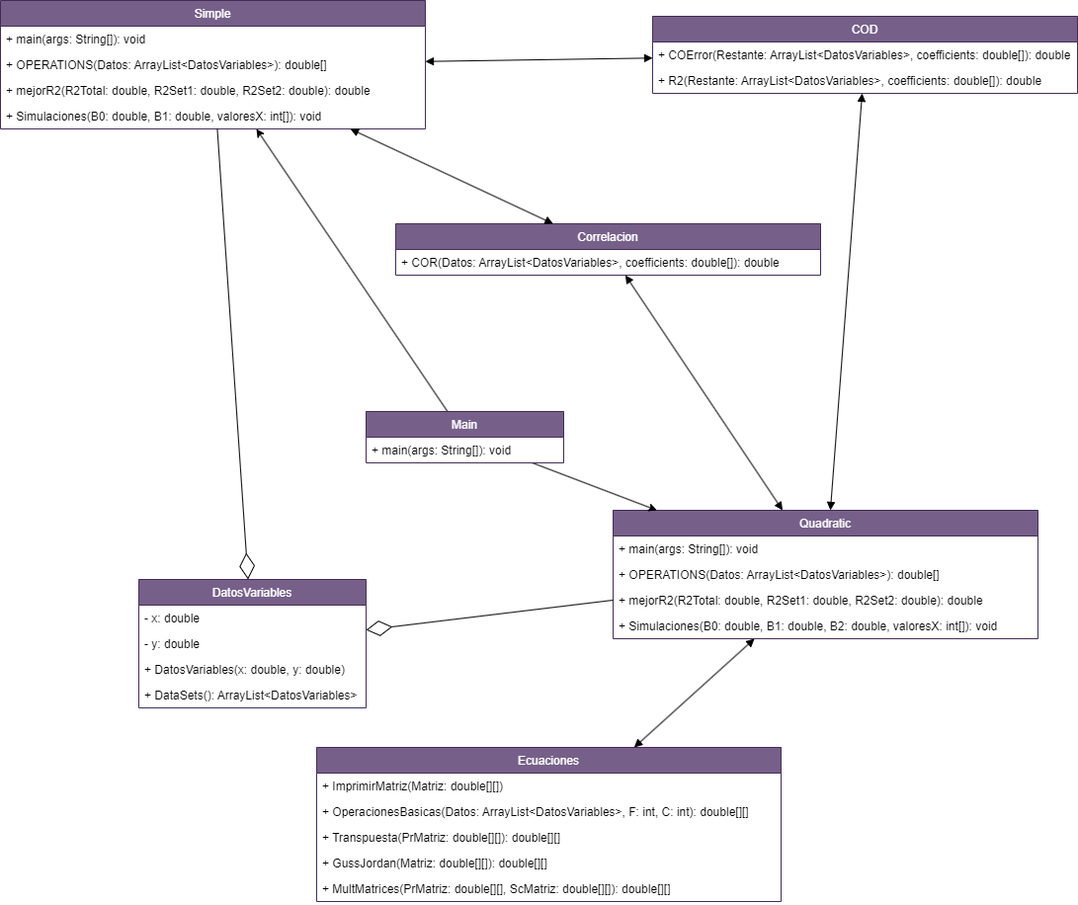
Before: UML/UML_CLASES.png, a diagram exported from draw.io (Flores-Romero-Andres-Gael/Machine-Learning). Source tidied: cells renumbered, new cells last; positions are measured from the earlier drawing's top-left corner, leaving out a move shared by most shapes. Source of this version:
```xml
<mxGraphModel>
  <root>
    <mxCell id="0" />
    <mxCell id="1" parent="0" />
    <mxCell id="2" value="DatosVariables" style="swimlane;fontStyle=0;horizontal=1;startSize=26;fillColor=#76608a;strokeColor=#432D57;fontColor=#ffffff;" parent="1" vertex="1">
      <mxGeometry x="140" y="586" width="230" height="130" as="geometry" />
    </mxCell>
    <mxCell id="3" value="- x: double " style="text;strokeColor=none;fillColor=none;align=left;verticalAlign=top;spacingLeft=4;spacingRight=4;overflow=hidden;" parent="2" vertex="1">
      <mxGeometry y="26" width="230" height="26" as="geometry" />
    </mxCell>
    <mxCell id="4" value="- y: double" style="text;strokeColor=none;fillColor=none;align=left;verticalAlign=top;spacingLeft=4;spacingRight=4;overflow=hidden;" parent="2" vertex="1">
      <mxGeometry y="52" width="230" height="26" as="geometry" />
    </mxCell>
    <mxCell id="5" value="+ DatosVariables(x: double, y: double) " style="text;strokeColor=none;fillColor=none;align=left;verticalAlign=top;spacingLeft=4;spacingRight=4;overflow=hidden;" parent="2" vertex="1">
      <mxGeometry y="78" width="230" height="26" as="geometry" />
    </mxCell>
    <mxCell id="6" value="+ DataSets(): ArrayList&lt;DatosVariables&gt;" style="text;strokeColor=none;fillColor=none;align=left;verticalAlign=top;spacingLeft=4;spacingRight=4;overflow=hidden;" parent="2" vertex="1">
      <mxGeometry y="104" width="230" height="26" as="geometry" />
    </mxCell>
    <mxCell id="7" value="Ecuaciones" style="swimlane;fontStyle=0;horizontal=1;startSize=26;fillColor=#76608a;fontColor=#ffffff;strokeColor=#432D57;" parent="1" vertex="1">
      <mxGeometry x="320" y="756" width="470" height="156" as="geometry" />
    </mxCell>
    <mxCell id="8" value="+ ImprimirMatriz(Matriz: double[][])" style="text;strokeColor=none;fillColor=none;align=left;verticalAlign=top;spacingLeft=4;spacingRight=4;overflow=hidden;points=[[0,0.5],[1,0.5]];portConstraint=eastwest;" parent="7" vertex="1">
      <mxGeometry y="26" width="470" height="26" as="geometry" />
    </mxCell>
    <mxCell id="9" value="+ OperacionesBasicas(Datos: ArrayList&lt;DatosVariables&gt;, F: int, C: int): double[][]" style="text;strokeColor=none;fillColor=none;align=left;verticalAlign=top;spacingLeft=4;spacingRight=4;overflow=hidden;" parent="7" vertex="1">
      <mxGeometry y="52" width="470" height="26" as="geometry" />
    </mxCell>
    <mxCell id="10" value="+ Transpuesta(PrMatriz: double[][]): double[][]" style="text;strokeColor=none;fillColor=none;align=left;verticalAlign=top;spacingLeft=4;spacingRight=4;overflow=hidden;" parent="7" vertex="1">
      <mxGeometry y="78" width="470" height="26" as="geometry" />
    </mxCell>
    <mxCell id="11" value="+ GussJordan(Matriz: double[][]): double[][]" style="text;strokeColor=none;fillColor=none;align=left;verticalAlign=top;spacingLeft=4;spacingRight=4;overflow=hidden;" parent="7" vertex="1">
      <mxGeometry y="104" width="470" height="26" as="geometry" />
    </mxCell>
    <mxCell id="12" value="+ MultMatrices(PrMatriz: double[][], ScMatriz: double[][]): double[][]" style="text;strokeColor=none;fillColor=none;align=left;verticalAlign=top;spacingLeft=4;spacingRight=4;overflow=hidden;" parent="7" vertex="1">
      <mxGeometry y="130" width="470" height="26" as="geometry" />
    </mxCell>
    <mxCell id="13" value="COD" style="swimlane;fontStyle=0;horizontal=1;startSize=26;fillColor=#76608a;fontColor=#ffffff;strokeColor=#432D57;" parent="1" vertex="1">
      <mxGeometry x="660" y="16" width="430" height="78" as="geometry" />
    </mxCell>
    <mxCell id="14" value="+ COError(Restante: ArrayList&lt;DatosVariables&gt;, coefficients: double[]): double" style="text;strokeColor=none;fillColor=none;align=left;verticalAlign=top;spacingLeft=4;spacingRight=4;overflow=hidden;" parent="13" vertex="1">
      <mxGeometry y="26" width="430" height="26" as="geometry" />
    </mxCell>
    <mxCell id="15" value="+ R2(Restante: ArrayList&lt;DatosVariables&gt;, coefficients: double[]): double" style="text;strokeColor=none;fillColor=none;align=left;verticalAlign=top;spacingLeft=4;spacingRight=4;overflow=hidden;points=[[0,0.5],[1,0.5]];portConstraint=eastwest;" parent="13" vertex="1">
      <mxGeometry y="52" width="430" height="26" as="geometry" />
    </mxCell>
    <mxCell id="16" value="Correlacion" style="swimlane;fontStyle=0;horizontal=1;startSize=26;fillColor=#76608a;fontColor=#ffffff;strokeColor=#432D57;" parent="1" vertex="1">
      <mxGeometry x="400" y="226" width="430" height="52" as="geometry" />
    </mxCell>
    <mxCell id="17" value="+ COR(Datos: ArrayList&lt;DatosVariables&gt;, coefficients: double[]): double" style="text;strokeColor=none;fillColor=none;align=left;verticalAlign=top;spacingLeft=4;spacingRight=4;overflow=hidden;points=[[0,0.5],[1,0.5]];portConstraint=eastwest;" parent="16" vertex="1">
      <mxGeometry y="26" width="430" height="26" as="geometry" />
    </mxCell>
    <mxCell id="18" value="Simple" style="swimlane;fontStyle=0;horizontal=1;startSize=26;fillColor=#76608a;fontColor=#ffffff;strokeColor=#432D57;" parent="1" vertex="1">
      <mxGeometry width="430" height="130" as="geometry" />
    </mxCell>
    <mxCell id="19" value="+ main(args: String[]): void" style="text;strokeColor=none;fillColor=none;align=left;verticalAlign=top;spacingLeft=4;spacingRight=4;overflow=hidden;" parent="18" vertex="1">
      <mxGeometry y="26" width="430" height="26" as="geometry" />
    </mxCell>
    <mxCell id="20" value="+ OPERATIONS(Datos: ArrayList&lt;DatosVariables&gt;): double[]" style="text;strokeColor=none;fillColor=none;align=left;verticalAlign=top;spacingLeft=4;spacingRight=4;overflow=hidden;" parent="18" vertex="1">
      <mxGeometry y="52" width="430" height="26" as="geometry" />
    </mxCell>
    <mxCell id="21" value="+ mejorR2(R2Total: double, R2Set1: double, R2Set2: double): double" style="text;strokeColor=none;fillColor=none;align=left;verticalAlign=top;spacingLeft=4;spacingRight=4;overflow=hidden;" parent="18" vertex="1">
      <mxGeometry y="78" width="430" height="26" as="geometry" />
    </mxCell>
    <mxCell id="22" value="+ Simulaciones(B0: double, B1: double, valoresX: int[]): void" style="text;strokeColor=none;fillColor=none;align=left;verticalAlign=top;spacingLeft=4;spacingRight=4;overflow=hidden;" parent="18" vertex="1">
      <mxGeometry y="104" width="430" height="26" as="geometry" />
    </mxCell>
    <mxCell id="23" value="Quadratic" style="swimlane;fontStyle=0;horizontal=1;startSize=26;fillColor=#76608a;fontColor=#ffffff;strokeColor=#432D57;" parent="1" vertex="1">
      <mxGeometry x="620" y="516" width="430" height="130" as="geometry" />
    </mxCell>
    <mxCell id="24" value="+ main(args: String[]): void" style="text;strokeColor=none;fillColor=none;align=left;verticalAlign=top;spacingLeft=4;spacingRight=4;overflow=hidden;" parent="23" vertex="1">
      <mxGeometry y="26" width="430" height="26" as="geometry" />
    </mxCell>
    <mxCell id="25" value="+ OPERATIONS(Datos: ArrayList&lt;DatosVariables&gt;): double[]" style="text;strokeColor=none;fillColor=none;align=left;verticalAlign=top;spacingLeft=4;spacingRight=4;overflow=hidden;" parent="23" vertex="1">
      <mxGeometry y="52" width="430" height="26" as="geometry" />
    </mxCell>
    <mxCell id="26" value="+ mejorR2(R2Total: double, R2Set1: double, R2Set2: double): double" style="text;strokeColor=none;fillColor=none;align=left;verticalAlign=top;spacingLeft=4;spacingRight=4;overflow=hidden;" parent="23" vertex="1">
      <mxGeometry y="78" width="430" height="26" as="geometry" />
    </mxCell>
    <mxCell id="27" value=" + Simulaciones(B0: double, B1: double, B2: double, valoresX: int[]): void" style="text;strokeColor=none;fillColor=none;align=left;verticalAlign=top;spacingLeft=4;spacingRight=4;overflow=hidden;" parent="23" vertex="1">
      <mxGeometry y="104" width="430" height="26" as="geometry" />
    </mxCell>
    <mxCell id="28" style="edgeStyle=none;html=1;" parent="1" edge="1" source="30" target="18">
      <mxGeometry relative="1" as="geometry" />
    </mxCell>
    <mxCell id="29" style="edgeStyle=none;html=1;" parent="1" edge="1" source="30" target="23">
      <mxGeometry relative="1" as="geometry" />
    </mxCell>
    <mxCell id="30" value="Main" style="swimlane;fontStyle=0;horizontal=1;startSize=26;fillColor=#76608a;fontColor=#ffffff;strokeColor=#432D57;" parent="1" vertex="1">
      <mxGeometry x="370" y="416" width="200" height="52" as="geometry" />
    </mxCell>
    <mxCell id="31" value="+ main(args: String[]): void" style="text;strokeColor=none;fillColor=none;align=left;verticalAlign=top;spacingLeft=4;spacingRight=4;overflow=hidden;" parent="30" vertex="1">
      <mxGeometry y="26" width="200" height="26" as="geometry" />
    </mxCell>
    <mxCell id="32" style="endArrow=diamondThin;endFill=0;endSize=24;html=1;" parent="1" edge="1" source="18" target="2">
      <mxGeometry relative="1" as="geometry" />
    </mxCell>
    <mxCell id="33" style="endArrow=diamondThin;endFill=0;endSize=24;html=1;" parent="1" edge="1" source="23" target="2">
      <mxGeometry relative="1" as="geometry" />
    </mxCell>
    <mxCell id="34" style="endArrow=block;startArrow=block;endFill=1;startFill=1;html=1;" parent="1" edge="1" source="16" target="23">
      <mxGeometry relative="1" as="geometry" />
    </mxCell>
    <mxCell id="35" style="endArrow=block;startArrow=block;endFill=1;startFill=1;html=1;" parent="1" edge="1" source="13" target="23">
      <mxGeometry relative="1" as="geometry" />
    </mxCell>
    <mxCell id="36" style="endArrow=block;startArrow=block;endFill=1;startFill=1;html=1;" parent="1" edge="1" source="7" target="23">
      <mxGeometry relative="1" as="geometry" />
    </mxCell>
    <mxCell id="37" style="endArrow=block;startArrow=block;endFill=1;startFill=1;html=1;" parent="1" edge="1" source="18" target="13">
      <mxGeometry relative="1" as="geometry" />
    </mxCell>
    <mxCell id="38" style="endArrow=block;startArrow=block;endFill=1;startFill=1;html=1;" parent="1" edge="1" source="18" target="16">
      <mxGeometry relative="1" as="geometry" />
    </mxCell>
  </root>
</mxGraphModel>
```
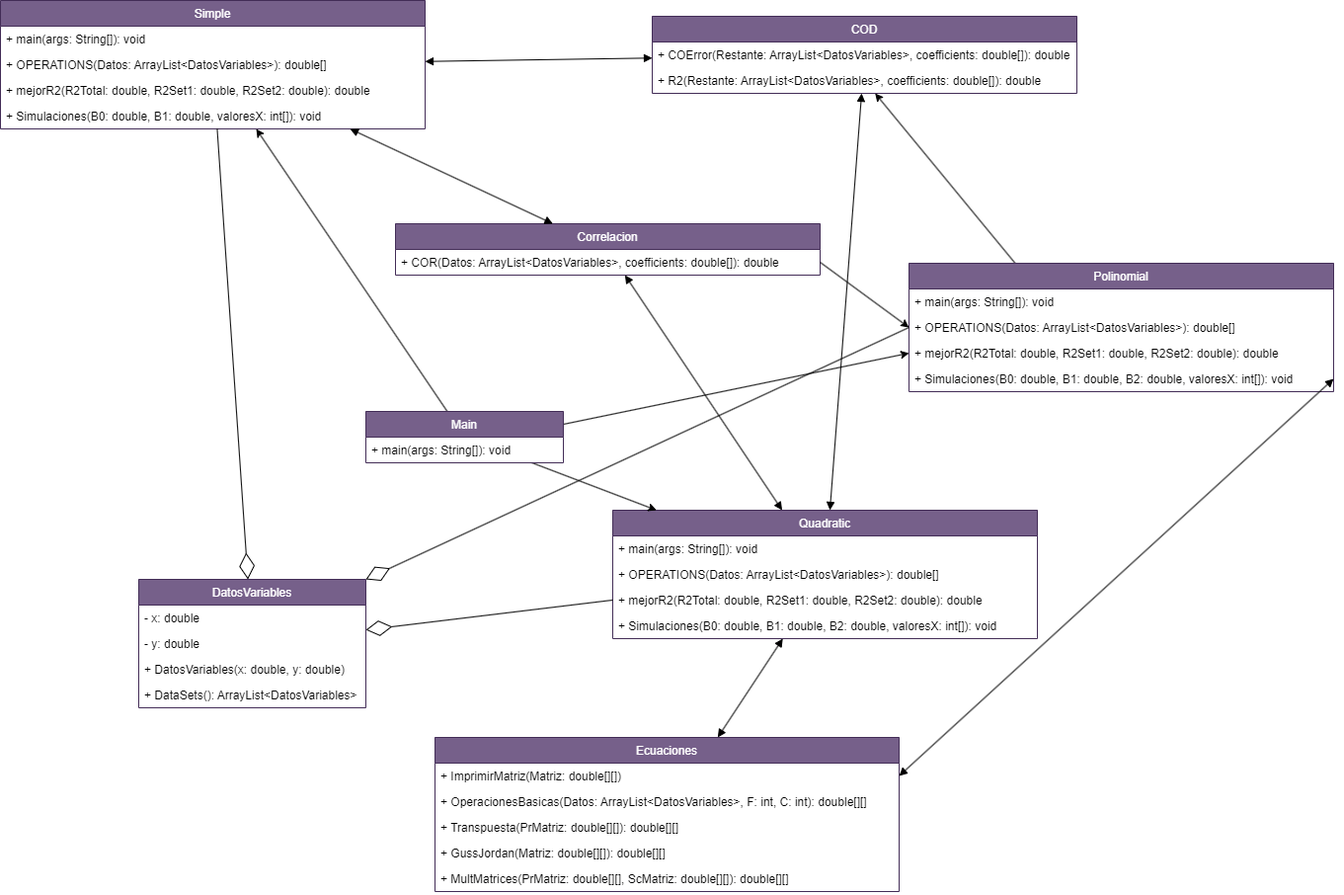
Above is the later version.

What changed in the source:
```diff
@@ -18,7 +18,7 @@
       <mxGeometry y="104" width="230" height="26" as="geometry" />
     </mxCell>
     <mxCell id="7" value="Ecuaciones" style="swimlane;fontStyle=0;horizontal=1;startSize=26;fillColor=#76608a;fontColor=#ffffff;strokeColor=#432D57;" parent="1" vertex="1">
-      <mxGeometry x="320" y="756" width="470" height="156" as="geometry" />
+      <mxGeometry x="440" y="746" width="470" height="156" as="geometry" />
     </mxCell>
     <mxCell id="8" value="+ ImprimirMatriz(Matriz: double[][])" style="text;strokeColor=none;fillColor=none;align=left;verticalAlign=top;spacingLeft=4;spacingRight=4;overflow=hidden;points=[[0,0.5],[1,0.5]];portConstraint=eastwest;" parent="7" vertex="1">
       <mxGeometry y="26" width="470" height="26" as="geometry" />
@@ -86,6 +86,9 @@
     <mxCell id="29" style="edgeStyle=none;html=1;" parent="1" edge="1" source="30" target="23">
       <mxGeometry relative="1" as="geometry" />
     </mxCell>
+    <mxCell id="39" style="edgeStyle=none;html=1;exitX=1;exitY=0.25;exitDx=0;exitDy=0;entryX=0;entryY=0.5;entryDx=0;entryDy=0;" parent="1" edge="1" source="30" target="44">
+      <mxGeometry relative="1" as="geometry" />
+    </mxCell>
     <mxCell id="30" value="Main" style="swimlane;fontStyle=0;horizontal=1;startSize=26;fillColor=#76608a;fontColor=#ffffff;strokeColor=#432D57;" parent="1" vertex="1">
       <mxGeometry x="370" y="416" width="200" height="52" as="geometry" />
     </mxCell>
@@ -113,5 +116,32 @@
     <mxCell id="38" style="endArrow=block;startArrow=block;endFill=1;startFill=1;html=1;" parent="1" edge="1" source="18" target="16">
       <mxGeometry relative="1" as="geometry" />
     </mxCell>
+    <mxCell id="40" style="edgeStyle=none;html=1;exitX=0.25;exitY=0;exitDx=0;exitDy=0;" parent="1" edge="1" source="41" target="15">
+      <mxGeometry relative="1" as="geometry" />
+    </mxCell>
+    <mxCell id="41" value="Polinomial" style="swimlane;fontStyle=0;horizontal=1;startSize=26;fillColor=#76608a;fontColor=#ffffff;strokeColor=#432D57;" parent="1" vertex="1">
+      <mxGeometry x="920" y="266" width="430" height="130" as="geometry" />
+    </mxCell>
+    <mxCell id="42" value="+ main(args: String[]): void" style="text;strokeColor=none;fillColor=none;align=left;verticalAlign=top;spacingLeft=4;spacingRight=4;overflow=hidden;" parent="41" vertex="1">
+      <mxGeometry y="26" width="430" height="26" as="geometry" />
+    </mxCell>
+    <mxCell id="43" value="+ OPERATIONS(Datos: ArrayList&lt;DatosVariables&gt;): double[]" style="text;strokeColor=none;fillColor=none;align=left;verticalAlign=top;spacingLeft=4;spacingRight=4;overflow=hidden;points=[[0,0.5],[1,0.5]];portConstraint=eastwest;" parent="41" vertex="1">
+      <mxGeometry y="52" width="430" height="26" as="geometry" />
+    </mxCell>
+    <mxCell id="44" value="+ mejorR2(R2Total: double, R2Set1: double, R2Set2: double): double" style="text;strokeColor=none;fillColor=none;align=left;verticalAlign=top;spacingLeft=4;spacingRight=4;overflow=hidden;points=[[0,0.5],[1,0.5]];portConstraint=eastwest;" parent="41" vertex="1">
+      <mxGeometry y="78" width="430" height="26" as="geometry" />
+    </mxCell>
+    <mxCell id="45" value=" + Simulaciones(B0: double, B1: double, B2: double, valoresX: int[]): void" style="text;strokeColor=none;fillColor=none;align=left;verticalAlign=top;spacingLeft=4;spacingRight=4;overflow=hidden;points=[[0,0.5],[1,0.5]];portConstraint=eastwest;" parent="41" vertex="1">
+      <mxGeometry y="104" width="430" height="26" as="geometry" />
+    </mxCell>
+    <mxCell id="46" style="edgeStyle=none;html=1;exitX=1;exitY=0.5;exitDx=0;exitDy=0;entryX=0;entryY=0.5;entryDx=0;entryDy=0;" parent="1" edge="1" source="17" target="43">
+      <mxGeometry relative="1" as="geometry" />
+    </mxCell>
+    <mxCell id="47" style="endArrow=diamondThin;endFill=0;endSize=24;html=1;entryX=1;entryY=0;entryDx=0;entryDy=0;exitX=0;exitY=0.5;exitDx=0;exitDy=0;" parent="1" edge="1" source="43" target="2">
+      <mxGeometry relative="1" as="geometry" />
+    </mxCell>
+    <mxCell id="48" style="endArrow=block;startArrow=block;endFill=1;startFill=1;html=1;exitX=1;exitY=0.5;exitDx=0;exitDy=0;entryX=1;entryY=0.5;entryDx=0;entryDy=0;" parent="1" edge="1" source="8" target="45">
+      <mxGeometry relative="1" as="geometry" />
+    </mxCell>
   </root>
 </mxGraphModel>
```
